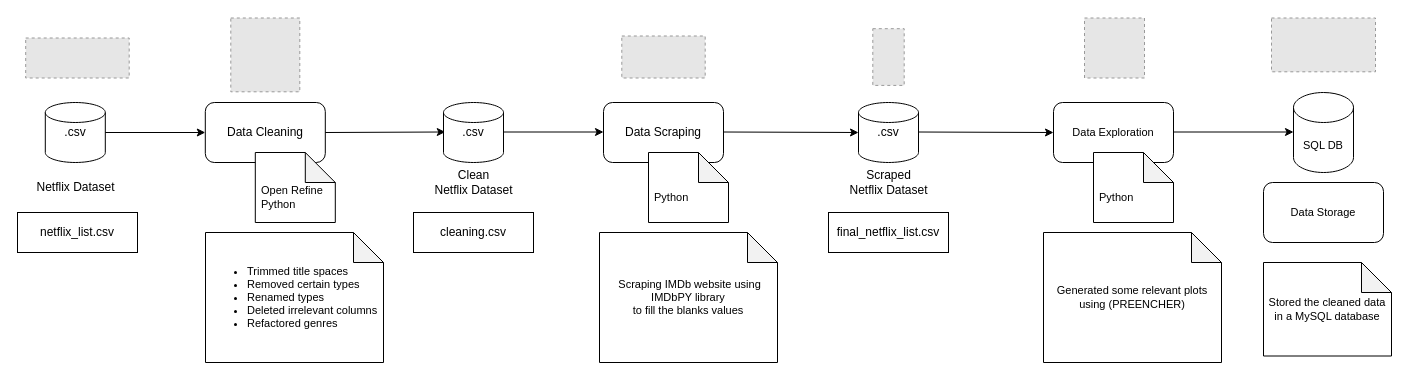
This is docs/Pipeline.drawio from paulinho-16/MEIC-PRI, a draw.io file, before an edit. Source tidied: cells renumbered, new cells numbered last; positions are measured from the earlier drawing's top-left corner, leaving out a move shared by most shapes. Both pictures are drawn from the tidied source at 100%, with x=0, y=0 at pixel (17, 18). Pictures stored in the file or linked from it are replaced by grey dashed boxes.
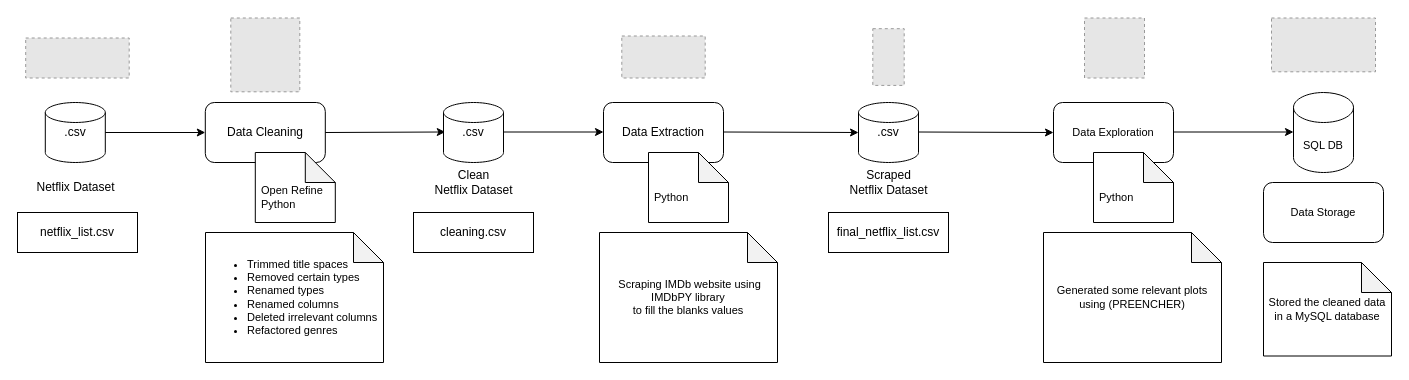
The same page after the edit.

Diff of the diagram source:
```diff
@@
-    <mxCell id="11" value="&lt;ul&gt;&lt;li&gt;Trimmed title spaces&lt;/li&gt;&lt;li&gt;Removed certain types&lt;br&gt;&lt;/li&gt;&lt;li&gt;Renamed types&lt;br&gt;&lt;/li&gt;&lt;li&gt;Deleted irrelevant columns&lt;/li&gt;&lt;li&gt;Refactored genres&lt;/li&gt;&lt;/ul&gt;" style="shape=note;whiteSpace=wrap;html=1;backgroundOutline=1;darkOpacity=0.05;fontSize=11;fontColor=default;strokeColor=default;strokeWidth=1;fillColor=default;align=left;verticalAlign=middle;" parent="1" vertex="1">
+    <mxCell id="11" value="&lt;ul&gt;&lt;li&gt;Trimmed title spaces&lt;/li&gt;&lt;li&gt;Removed certain types&lt;br&gt;&lt;/li&gt;&lt;li&gt;Renamed types&lt;br&gt;&lt;/li&gt;&lt;li&gt;Renamed columns&lt;/li&gt;&lt;li&gt;Deleted irrelevant columns&lt;/li&gt;&lt;li&gt;Refactored genres&lt;/li&gt;&lt;/ul&gt;" style="shape=note;whiteSpace=wrap;html=1;backgroundOutline=1;darkOpacity=0.05;fontSize=11;fontColor=default;strokeColor=default;strokeWidth=1;fillColor=default;align=left;verticalAlign=middle;" parent="1" vertex="1">
       <mxGeometry x="188" y="214" width="178" height="130" as="geometry" />
     </mxCell>
-    <mxCell id="12" value="Data Scraping" style="rounded=1;whiteSpace=wrap;html=1;fontColor=default;strokeColor=default;strokeWidth=1;fillColor=default;" parent="1" vertex="1">
+    <mxCell id="12" value="Data Extraction" style="rounded=1;whiteSpace=wrap;html=1;fontColor=default;strokeColor=default;strokeWidth=1;fillColor=default;" parent="1" vertex="1">
       <mxGeometry x="586" y="84" width="120" height="60" as="geometry" />
     </mxCell>
```
